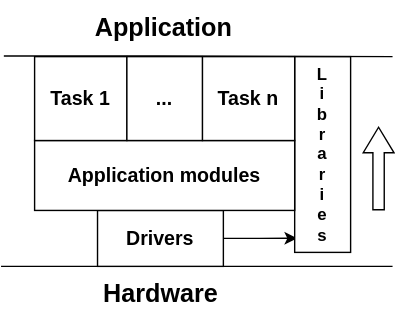
Before: .backend/Project structure.svg, a diagram exported from draw.io (silvio3105/Rules3105). Source tidied: cells renumbered, new cells last; positions are measured from the earlier drawing's top-left corner, leaving out a move shared by most shapes. Its diagram source:
```xml
<mxGraphModel>
  <root>
    <mxCell id="0" />
    <mxCell id="1" parent="0" />
    <mxCell id="2" style="endArrow=none;html=1;rounded=0;" parent="1" edge="1">
      <mxGeometry relative="1" as="geometry">
        <mxPoint y="190" as="sourcePoint" />
        <mxPoint x="280" y="190" as="targetPoint" />
      </mxGeometry>
    </mxCell>
    <mxCell id="3" value="&lt;b&gt;&lt;font style=&quot;font-size: 18px;&quot;&gt;Hardware&lt;/font&gt;&lt;/b&gt;" style="text;html=1;align=center;verticalAlign=middle;strokeColor=none;fillColor=none;" parent="1" vertex="1">
      <mxGeometry x="59" y="190" width="110" height="40" as="geometry" />
    </mxCell>
    <mxCell id="4" style="edgeStyle=orthogonalEdgeStyle;rounded=0;jettySize=auto;html=1;entryX=0.043;entryY=0.928;entryDx=0;entryDy=0;entryPerimeter=0;" parent="1" edge="1" source="5" target="6">
      <mxGeometry relative="1" as="geometry" />
    </mxCell>
    <mxCell id="5" value="&lt;font style=&quot;font-size: 14px;&quot;&gt;&lt;b&gt;Drivers&lt;/b&gt;&lt;/font&gt;" style="rounded=0;whiteSpace=wrap;html=1;" parent="1" vertex="1">
      <mxGeometry x="69" y="150" width="90" height="40" as="geometry" />
    </mxCell>
    <mxCell id="6" value="&lt;font style=&quot;font-size: 12px;&quot;&gt;&lt;b&gt;L&lt;br&gt;i&lt;br&gt;b&lt;br&gt;r&lt;br&gt;a&lt;br&gt;r&lt;br&gt;i&lt;br&gt;e&lt;br&gt;s&lt;/b&gt;&lt;/font&gt;" style="rounded=0;whiteSpace=wrap;html=1;" parent="1" vertex="1">
      <mxGeometry x="210" y="40" width="40" height="140" as="geometry" />
    </mxCell>
    <mxCell id="7" value="&lt;font style=&quot;font-size: 14px;&quot;&gt;&lt;b&gt;Application modules&lt;/b&gt;&lt;/font&gt;" style="rounded=0;whiteSpace=wrap;html=1;" parent="1" vertex="1">
      <mxGeometry x="24" y="100" width="186" height="50" as="geometry" />
    </mxCell>
    <mxCell id="8" value="&lt;font style=&quot;font-size: 14px;&quot;&gt;&lt;b&gt;Task 1&lt;/b&gt;&lt;/font&gt;" style="rounded=0;whiteSpace=wrap;html=1;" parent="1" vertex="1">
      <mxGeometry x="24" y="40" width="66" height="60" as="geometry" />
    </mxCell>
    <mxCell id="9" value="&lt;font style=&quot;font-size: 14px;&quot;&gt;&lt;b&gt;Task n&lt;/b&gt;&lt;/font&gt;" style="rounded=0;whiteSpace=wrap;html=1;fillStyle=auto;" parent="1" vertex="1">
      <mxGeometry x="144" y="40" width="66" height="60" as="geometry" />
    </mxCell>
    <mxCell id="10" value="&lt;font style=&quot;font-size: 14px;&quot;&gt;&lt;b&gt;...&lt;/b&gt;&lt;/font&gt;" style="rounded=0;whiteSpace=wrap;html=1;" parent="1" vertex="1">
      <mxGeometry x="90" y="40" width="54" height="60" as="geometry" />
    </mxCell>
    <mxCell id="11" style="endArrow=none;html=1;rounded=0;" parent="1" edge="1">
      <mxGeometry relative="1" as="geometry">
        <mxPoint x="2" y="39.6" as="sourcePoint" />
        <mxPoint x="280" y="40" as="targetPoint" />
        <Array as="points">
          <mxPoint x="112" y="39.6" />
        </Array>
      </mxGeometry>
    </mxCell>
    <mxCell id="12" value="&lt;b&gt;&lt;font style=&quot;font-size: 18px;&quot;&gt;Application&lt;br&gt;&lt;/font&gt;&lt;/b&gt;" style="text;html=1;align=center;verticalAlign=middle;strokeColor=none;fillColor=none;" parent="1" vertex="1">
      <mxGeometry x="56" y="-0.4" width="120" height="40" as="geometry" />
    </mxCell>
    <mxCell id="13" style="shape=flexArrow;endArrow=classic;html=1;rounded=0;endWidth=12.857142857142856;endSize=5.728571428571428;width=8.095238095238095;" parent="1" edge="1">
      <mxGeometry relative="1" as="geometry">
        <mxPoint x="270" y="150" as="sourcePoint" />
        <mxPoint x="270" y="90" as="targetPoint" />
      </mxGeometry>
    </mxCell>
  </root>
</mxGraphModel>
```
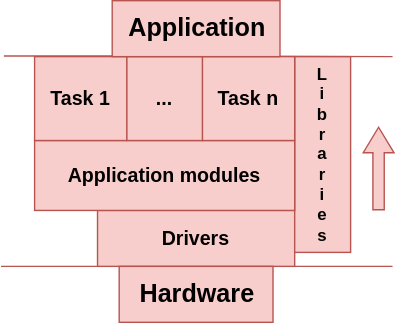
Above is the later version.

What changed in the source:
```diff
@@ -2,37 +2,31 @@
   <root>
     <mxCell id="0" />
     <mxCell id="1" parent="0" />
-    <mxCell id="2" style="endArrow=none;html=1;rounded=0;" parent="1" edge="1">
+    <mxCell id="2" style="endArrow=none;html=1;rounded=0;fillColor=#f8cecc;strokeColor=#b85450;" parent="1" edge="1">
       <mxGeometry relative="1" as="geometry">
         <mxPoint y="190" as="sourcePoint" />
         <mxPoint x="280" y="190" as="targetPoint" />
       </mxGeometry>
     </mxCell>
-    <mxCell id="3" value="&lt;b&gt;&lt;font style=&quot;font-size: 18px;&quot;&gt;Hardware&lt;/font&gt;&lt;/b&gt;" style="text;html=1;align=center;verticalAlign=middle;strokeColor=none;fillColor=none;" parent="1" vertex="1">
-      <mxGeometry x="59" y="190" width="110" height="40" as="geometry" />
-    </mxCell>
-    <mxCell id="4" style="edgeStyle=orthogonalEdgeStyle;rounded=0;jettySize=auto;html=1;entryX=0.043;entryY=0.928;entryDx=0;entryDy=0;entryPerimeter=0;" parent="1" edge="1" source="5" target="6">
-      <mxGeometry relative="1" as="geometry" />
-    </mxCell>
-    <mxCell id="5" value="&lt;font style=&quot;font-size: 14px;&quot;&gt;&lt;b&gt;Drivers&lt;/b&gt;&lt;/font&gt;" style="rounded=0;whiteSpace=wrap;html=1;" parent="1" vertex="1">
-      <mxGeometry x="69" y="150" width="90" height="40" as="geometry" />
+    <mxCell id="5" value="&lt;font style=&quot;font-size: 14px;&quot;&gt;&lt;b&gt;Drivers&lt;/b&gt;&lt;/font&gt;" style="rounded=0;whiteSpace=wrap;html=1;fillColor=#f8cecc;strokeColor=#b85450;" parent="1" vertex="1">
+      <mxGeometry x="69" y="150" width="141" height="40" as="geometry" />
     </mxCell>
-    <mxCell id="6" value="&lt;font style=&quot;font-size: 12px;&quot;&gt;&lt;b&gt;L&lt;br&gt;i&lt;br&gt;b&lt;br&gt;r&lt;br&gt;a&lt;br&gt;r&lt;br&gt;i&lt;br&gt;e&lt;br&gt;s&lt;/b&gt;&lt;/font&gt;" style="rounded=0;whiteSpace=wrap;html=1;" parent="1" vertex="1">
+    <mxCell id="6" value="&lt;font style=&quot;font-size: 12px;&quot;&gt;&lt;b&gt;L&lt;br&gt;i&lt;br&gt;b&lt;br&gt;r&lt;br&gt;a&lt;br&gt;r&lt;br&gt;i&lt;br&gt;e&lt;br&gt;s&lt;/b&gt;&lt;/font&gt;" style="rounded=0;whiteSpace=wrap;html=1;fillColor=#f8cecc;strokeColor=#b85450;" parent="1" vertex="1">
       <mxGeometry x="210" y="40" width="40" height="140" as="geometry" />
     </mxCell>
-    <mxCell id="7" value="&lt;font style=&quot;font-size: 14px;&quot;&gt;&lt;b&gt;Application modules&lt;/b&gt;&lt;/font&gt;" style="rounded=0;whiteSpace=wrap;html=1;" parent="1" vertex="1">
+    <mxCell id="7" value="&lt;font style=&quot;font-size: 14px;&quot;&gt;&lt;b&gt;Application modules&lt;/b&gt;&lt;/font&gt;" style="rounded=0;whiteSpace=wrap;html=1;fillColor=#f8cecc;strokeColor=#b85450;" parent="1" vertex="1">
       <mxGeometry x="24" y="100" width="186" height="50" as="geometry" />
     </mxCell>
-    <mxCell id="8" value="&lt;font style=&quot;font-size: 14px;&quot;&gt;&lt;b&gt;Task 1&lt;/b&gt;&lt;/font&gt;" style="rounded=0;whiteSpace=wrap;html=1;" parent="1" vertex="1">
+    <mxCell id="8" value="&lt;font style=&quot;font-size: 14px;&quot;&gt;&lt;b&gt;Task 1&lt;/b&gt;&lt;/font&gt;" style="rounded=0;whiteSpace=wrap;html=1;fillColor=#f8cecc;strokeColor=#b85450;" parent="1" vertex="1">
       <mxGeometry x="24" y="40" width="66" height="60" as="geometry" />
     </mxCell>
-    <mxCell id="9" value="&lt;font style=&quot;font-size: 14px;&quot;&gt;&lt;b&gt;Task n&lt;/b&gt;&lt;/font&gt;" style="rounded=0;whiteSpace=wrap;html=1;fillStyle=auto;" parent="1" vertex="1">
+    <mxCell id="9" value="&lt;font style=&quot;font-size: 14px;&quot;&gt;&lt;b&gt;Task n&lt;/b&gt;&lt;/font&gt;" style="rounded=0;whiteSpace=wrap;html=1;fillStyle=auto;fillColor=#f8cecc;strokeColor=#b85450;" parent="1" vertex="1">
       <mxGeometry x="144" y="40" width="66" height="60" as="geometry" />
     </mxCell>
-    <mxCell id="10" value="&lt;font style=&quot;font-size: 14px;&quot;&gt;&lt;b&gt;...&lt;/b&gt;&lt;/font&gt;" style="rounded=0;whiteSpace=wrap;html=1;" parent="1" vertex="1">
+    <mxCell id="10" value="&lt;font style=&quot;font-size: 14px;&quot;&gt;&lt;b&gt;...&lt;/b&gt;&lt;/font&gt;" style="rounded=0;whiteSpace=wrap;html=1;fillColor=#f8cecc;strokeColor=#b85450;" parent="1" vertex="1">
       <mxGeometry x="90" y="40" width="54" height="60" as="geometry" />
     </mxCell>
-    <mxCell id="11" style="endArrow=none;html=1;rounded=0;" parent="1" edge="1">
+    <mxCell id="11" style="endArrow=none;html=1;rounded=0;fontColor=#FF9999;fillColor=#f8cecc;strokeColor=#b85450;" parent="1" edge="1">
       <mxGeometry relative="1" as="geometry">
         <mxPoint x="2" y="39.6" as="sourcePoint" />
         <mxPoint x="280" y="40" as="targetPoint" />
@@ -41,14 +35,17 @@
         </Array>
       </mxGeometry>
     </mxCell>
-    <mxCell id="12" value="&lt;b&gt;&lt;font style=&quot;font-size: 18px;&quot;&gt;Application&lt;br&gt;&lt;/font&gt;&lt;/b&gt;" style="text;html=1;align=center;verticalAlign=middle;strokeColor=none;fillColor=none;" parent="1" vertex="1">
-      <mxGeometry x="56" y="-0.4" width="120" height="40" as="geometry" />
+    <mxCell id="12" value="&lt;b&gt;&lt;font style=&quot;font-size: 18px;&quot;&gt;Application&lt;br&gt;&lt;/font&gt;&lt;/b&gt;" style="text;html=1;align=center;verticalAlign=middle;strokeColor=#b85450;fillColor=#f8cecc;" parent="1" vertex="1">
+      <mxGeometry x="79.5" width="120" height="40" as="geometry" />
     </mxCell>
-    <mxCell id="13" style="shape=flexArrow;endArrow=classic;html=1;rounded=0;endWidth=12.857142857142856;endSize=5.728571428571428;width=8.095238095238095;" parent="1" edge="1">
+    <mxCell id="13" style="shape=flexArrow;endArrow=classic;html=1;rounded=0;endWidth=12.857142857142856;endSize=5.728571428571428;width=8.095238095238095;fillColor=#f8cecc;strokeColor=#b85450;" parent="1" edge="1">
       <mxGeometry relative="1" as="geometry">
         <mxPoint x="270" y="150" as="sourcePoint" />
         <mxPoint x="270" y="90" as="targetPoint" />
       </mxGeometry>
     </mxCell>
+    <mxCell id="3" value="&lt;b&gt;&lt;font style=&quot;font-size: 18px;&quot;&gt;Hardware&lt;br&gt;&lt;/font&gt;&lt;/b&gt;" style="text;html=1;align=center;verticalAlign=middle;strokeColor=#b85450;fillColor=#f8cecc;" parent="1" vertex="1">
+      <mxGeometry x="84.5" y="190" width="110" height="40" as="geometry" />
+    </mxCell>
   </root>
 </mxGraphModel>
```
